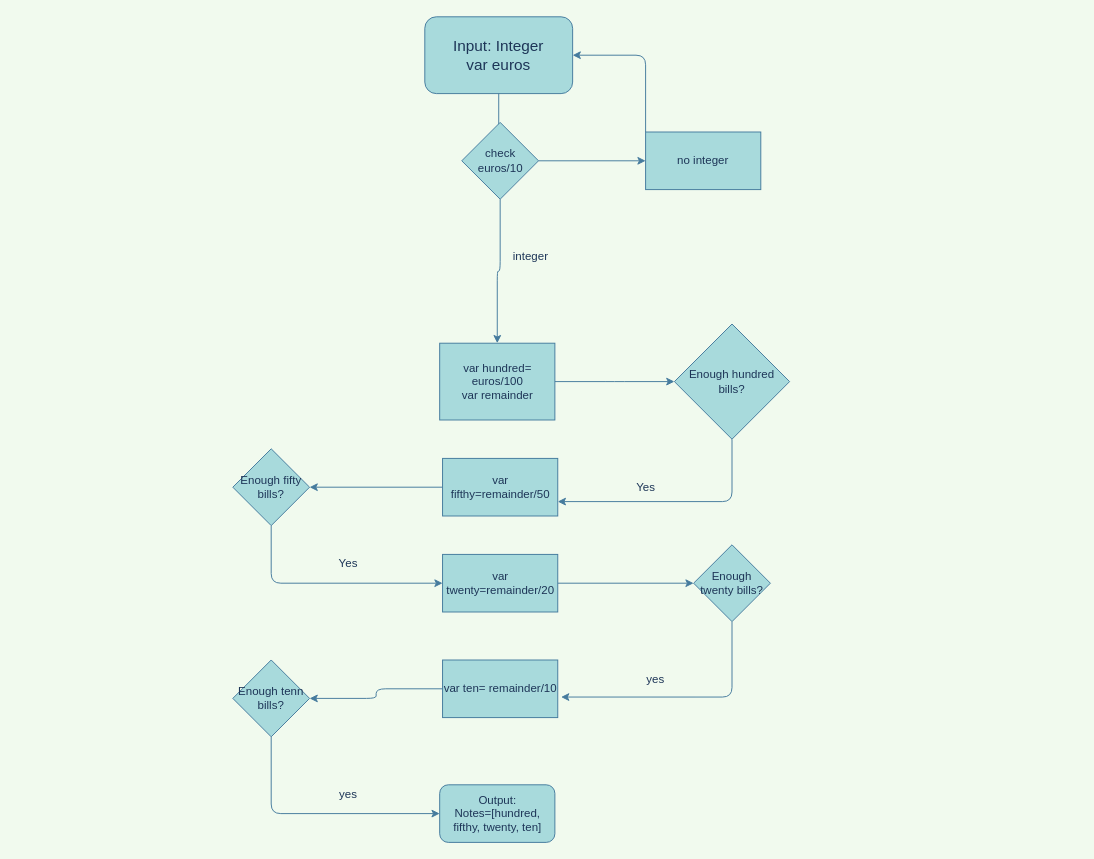
Earlier version of the draw.io diagram intermediate2.drawio (Eikaron/FE21-Algorithms-DAY1-AronMichael). Source tidied: cells renumbered, new cells numbered last; positions are measured from the earlier drawing's top-left corner, leaving out a move shared by most shapes. Both pictures are drawn from the tidied source at 96%, with x=0, y=0 at pixel (232, 16).
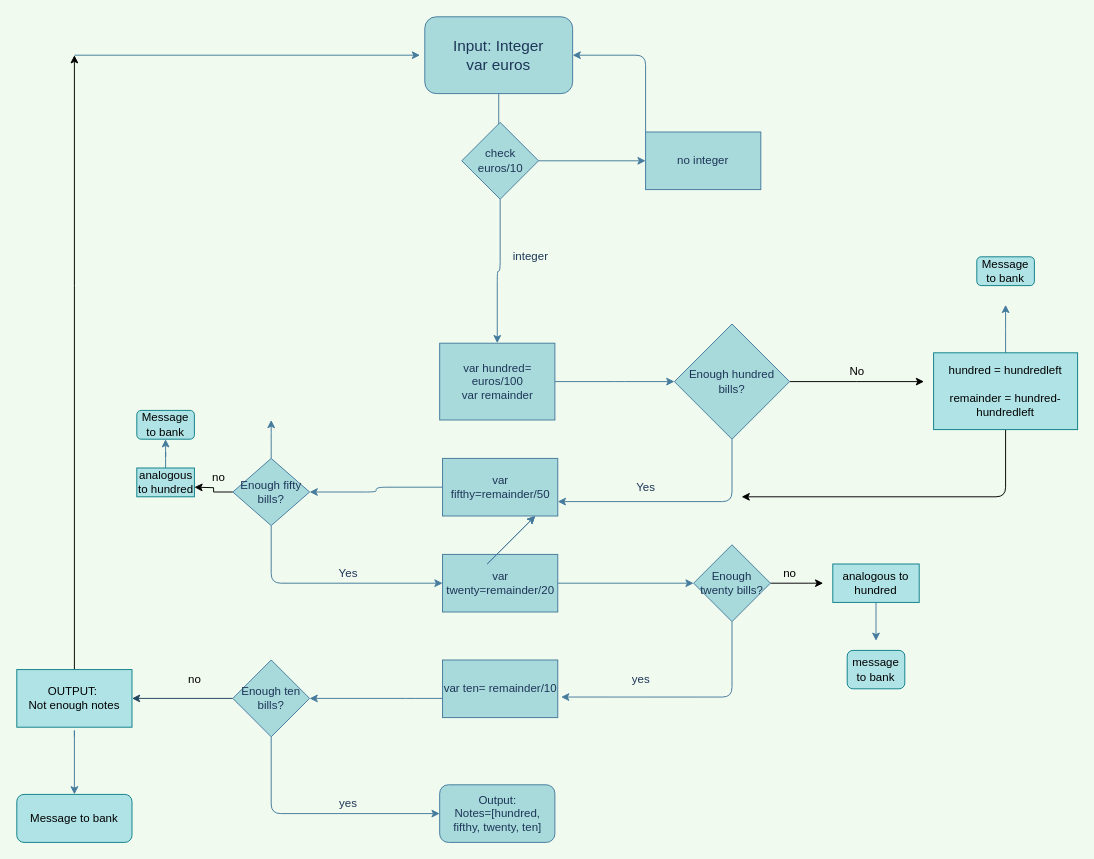
The same diagram, later.

Commit message:
covering missing note cases

The change refers to these unchanged cells:
```xml
<mxCell id="11" value="var ten= remainder/10" style="rounded=0;whiteSpace=wrap;html=1;sketch=0;fontColor=#1D3557;strokeColor=#457B9D;fillColor=#A8DADC;" parent="1" vertex="1">
  <mxGeometry x="218.5" y="670" width="120" height="60" as="geometry" />
</mxCell>
<mxCell id="20" value="Enough hundred bills?" style="rhombus;whiteSpace=wrap;html=1;rounded=0;sketch=0;fontColor=#1D3557;strokeColor=#457B9D;fillColor=#A8DADC;" parent="1" vertex="1">
  <mxGeometry x="460" y="320" width="120" height="120" as="geometry" />
</mxCell>
<mxCell id="26" value="Enough twenty bills?" style="rhombus;whiteSpace=wrap;html=1;rounded=0;sketch=0;fontColor=#1D3557;strokeColor=#457B9D;fillColor=#A8DADC;" parent="1" vertex="1">
  <mxGeometry x="480" y="550" width="80" height="80" as="geometry" />
</mxCell>
```

Change to the diagram source:
```diff
@@
     <mxCell id="10" style="edgeStyle=orthogonalEdgeStyle;curved=0;rounded=1;sketch=0;jettySize=auto;html=1;entryX=1;entryY=0.5;entryDx=0;entryDy=0;fontColor=#1D3557;strokeColor=#457B9D;fillColor=#A8DADC;" parent="1" edge="1" source="11" target="28">
-      <mxGeometry relative="1" as="geometry" />
+      <mxGeometry relative="1" as="geometry">
+        <Array as="points">
+          <mxPoint x="180" y="710" />
+          <mxPoint x="180" y="710" />
+        </Array>
+      </mxGeometry>
     </mxCell>
@@
+    <mxCell id="31" style="edgeStyle=orthogonalEdgeStyle;rounded=0;jettySize=auto;html=1;" parent="1" edge="1" source="20">
+      <mxGeometry relative="1" as="geometry">
+        <mxPoint x="720" y="380" as="targetPoint" />
+      </mxGeometry>
+    </mxCell>
@@
+    <mxCell id="32" style="edgeStyle=orthogonalEdgeStyle;rounded=0;jettySize=auto;html=1;" parent="1" edge="1" source="23">
+      <mxGeometry relative="1" as="geometry">
+        <mxPoint x="-40" y="490" as="targetPoint" />
+      </mxGeometry>
+    </mxCell>
+    <mxCell id="33" style="edgeStyle=orthogonalEdgeStyle;rounded=1;sketch=0;jettySize=auto;html=1;fontColor=#1D3557;strokeColor=#457B9D;fillColor=#A8DADC;" parent="1" edge="1" source="23">
+      <mxGeometry relative="1" as="geometry">
+        <mxPoint x="40" y="420" as="targetPoint" />
+      </mxGeometry>
+    </mxCell>
     <mxCell id="23" value="Enough fifty bills?" style="rhombus;whiteSpace=wrap;html=1;rounded=0;sketch=0;fontColor=#1D3557;strokeColor=#457B9D;fillColor=#A8DADC;" parent="1" vertex="1">
-      <mxGeometry y="450" width="80" height="80" as="geometry" />
+      <mxGeometry y="460" width="80" height="70" as="geometry" />
     </mxCell>
     <mxCell id="24" value="Yes" style="text;html=1;align=center;verticalAlign=middle;strokeColor=none;fontColor=#1D3557;" parent="1" vertex="1">
-      <mxGeometry x="105" y="560" width="30" height="20" as="geometry" />
+      <mxGeometry x="105" y="570" width="30" height="20" as="geometry" />
     </mxCell>
@@
+    <mxCell id="34" style="edgeStyle=orthogonalEdgeStyle;rounded=0;jettySize=auto;html=1;exitX=1;exitY=0.5;exitDx=0;exitDy=0;" parent="1" edge="1" source="26">
+      <mxGeometry relative="1" as="geometry">
+        <mxPoint x="615" y="590" as="targetPoint" />
+        <Array as="points">
+          <mxPoint x="600" y="590" />
+          <mxPoint x="600" y="590" />
+        </Array>
+      </mxGeometry>
+    </mxCell>
@@
+    <mxCell id="35" style="edgeStyle=orthogonalEdgeStyle;rounded=0;jettySize=auto;html=1;exitX=0;exitY=0.5;exitDx=0;exitDy=0;entryX=1;entryY=0.5;entryDx=0;entryDy=0;fillColor=#bac8d3;strokeColor=#23445d;" parent="1" edge="1" source="28" target="44">
+      <mxGeometry relative="1" as="geometry" />
+    </mxCell>
-    <mxCell id="28" value="Enough tenn bills?" style="rhombus;whiteSpace=wrap;html=1;rounded=0;sketch=0;fontColor=#1D3557;strokeColor=#457B9D;fillColor=#A8DADC;" parent="1" vertex="1">
+    <mxCell id="28" value="Enough ten bills?" style="rhombus;whiteSpace=wrap;html=1;rounded=0;sketch=0;fontColor=#1D3557;strokeColor=#457B9D;fillColor=#A8DADC;" parent="1" vertex="1">
       <mxGeometry y="670" width="80" height="80" as="geometry" />
     </mxCell>
     <mxCell id="29" value="yes" style="text;html=1;align=center;verticalAlign=middle;strokeColor=none;fontColor=#1D3557;" parent="1" vertex="1">
-      <mxGeometry x="425" y="680" width="30" height="20" as="geometry" />
+      <mxGeometry x="410" y="680" width="30" height="20" as="geometry" />
     </mxCell>
     <mxCell id="30" value="yes" style="text;html=1;align=center;verticalAlign=middle;strokeColor=none;fontColor=#1D3557;" parent="1" vertex="1">
-      <mxGeometry x="105" y="800" width="30" height="20" as="geometry" />
+      <mxGeometry x="105" y="810" width="30" height="20" as="geometry" />
     </mxCell>
+    <mxCell id="36" value="No" style="text;html=1;align=center;verticalAlign=middle;strokeColor=none;" parent="1" vertex="1">
+      <mxGeometry x="635" y="360" width="30" height="20" as="geometry" />
+    </mxCell>
+    <mxCell id="37" style="edgeStyle=orthogonalEdgeStyle;rounded=1;jettySize=auto;html=1;" parent="1" edge="1" source="39">
+      <mxGeometry relative="1" as="geometry">
+        <mxPoint x="530" y="500" as="targetPoint" />
+        <Array as="points">
+          <mxPoint x="805" y="500" />
+        </Array>
+      </mxGeometry>
+    </mxCell>
+    <mxCell id="38" style="edgeStyle=orthogonalEdgeStyle;rounded=1;sketch=0;jettySize=auto;html=1;fontColor=#1D3557;strokeColor=#457B9D;fillColor=#A8DADC;" parent="1" edge="1" source="39">
+      <mxGeometry relative="1" as="geometry">
+        <mxPoint x="805" y="300" as="targetPoint" />
+      </mxGeometry>
+    </mxCell>
+    <mxCell id="39" value="hundred = hundredleft&lt;br&gt;&lt;br&gt;remainder = hundred-hundredleft" style="whiteSpace=wrap;html=1;fillColor=#b0e3e6;strokeColor=#0e8088;" parent="1" vertex="1">
+      <mxGeometry x="730" y="350" width="150" height="80" as="geometry" />
+    </mxCell>
+    <mxCell id="40" value="no" style="text;html=1;align=center;verticalAlign=middle;strokeColor=none;" parent="1" vertex="1">
+      <mxGeometry x="-55" y="680" width="30" height="20" as="geometry" />
+    </mxCell>
+    <mxCell id="41" value="no&lt;br&gt;" style="text;html=1;align=center;verticalAlign=middle;strokeColor=none;" parent="1" vertex="1">
+      <mxGeometry x="565" y="570" width="30" height="20" as="geometry" />
+    </mxCell>
+    <mxCell id="42" value="no" style="text;html=1;align=center;verticalAlign=middle;strokeColor=none;" parent="1" vertex="1">
+      <mxGeometry x="-30" y="470" width="30" height="20" as="geometry" />
+    </mxCell>
+    <mxCell id="43" style="edgeStyle=orthogonalEdgeStyle;rounded=0;jettySize=auto;html=1;" parent="1" edge="1" source="44">
+      <mxGeometry relative="1" as="geometry">
+        <mxPoint x="-165" y="40" as="targetPoint" />
+        <Array as="points">
+          <mxPoint x="-165" y="280" />
+        </Array>
+      </mxGeometry>
+    </mxCell>
+    <mxCell id="44" value="OUTPUT:&amp;nbsp;&lt;br&gt;Not enough notes" style="rounded=0;whiteSpace=wrap;html=1;fillColor=#b0e3e6;strokeColor=#0e8088;" parent="1" vertex="1">
+      <mxGeometry x="-225" y="680" width="120" height="60" as="geometry" />
+    </mxCell>
+    <mxCell id="45" style="endArrow=classic;html=1;fontColor=#1D3557;strokeColor=#457B9D;fillColor=#A8DADC;" parent="1" edge="1">
+      <mxGeometry relative="1" as="geometry">
+        <mxPoint x="-165" y="40" as="sourcePoint" />
+        <mxPoint x="195" y="40" as="targetPoint" />
+      </mxGeometry>
+    </mxCell>
+    <mxCell id="46" style="endArrow=classic;html=1;fontColor=#1D3557;strokeColor=#457B9D;fillColor=#A8DADC;" parent="1" edge="1" target="47">
+      <mxGeometry relative="1" as="geometry">
+        <mxPoint x="-165" y="750" as="sourcePoint" />
+        <Array as="points">
+          <mxPoint x="-165" y="740" />
+        </Array>
+      </mxGeometry>
+    </mxCell>
+    <mxCell id="47" value="Message to bank" style="rounded=1;whiteSpace=wrap;html=1;fillColor=#b0e3e6;strokeColor=#0e8088;" parent="1" vertex="1">
+      <mxGeometry x="-225" y="810" width="120" height="50" as="geometry" />
+    </mxCell>
+    <mxCell id="48" value="Message to bank" style="rounded=1;whiteSpace=wrap;html=1;fillColor=#b0e3e6;strokeColor=#0e8088;" parent="1" vertex="1">
+      <mxGeometry x="-100" y="410" width="60" height="30" as="geometry" />
+    </mxCell>
+    <mxCell id="49" value="Message to bank" style="rounded=1;whiteSpace=wrap;html=1;fillColor=#b0e3e6;strokeColor=#0e8088;" parent="1" vertex="1">
+      <mxGeometry x="775" y="250" width="60" height="30" as="geometry" />
+    </mxCell>
+    <mxCell id="50" style="endArrow=classic;html=1;fontColor=#1D3557;strokeColor=#457B9D;fillColor=#A8DADC;" parent="1" edge="1">
+      <mxGeometry relative="1" as="geometry">
+        <mxPoint x="265" y="570" as="sourcePoint" />
+        <mxPoint x="315" y="520" as="targetPoint" />
+      </mxGeometry>
+    </mxCell>
+    <mxCell id="51" style="endArrow=classic;html=1;fontColor=#1D3557;strokeColor=#457B9D;fillColor=#A8DADC;" parent="1" edge="1">
+      <mxGeometry relative="1" as="geometry">
+        <mxPoint x="265" y="570" as="sourcePoint" />
+        <mxPoint x="315" y="520" as="targetPoint" />
+      </mxGeometry>
+    </mxCell>
+    <mxCell id="52" style="edgeStyle=orthogonalEdgeStyle;rounded=1;sketch=0;jettySize=auto;html=1;entryX=0.5;entryY=1;entryDx=0;entryDy=0;fontColor=#1D3557;strokeColor=#457B9D;fillColor=#A8DADC;" parent="1" edge="1" source="53" target="48">
+      <mxGeometry relative="1" as="geometry" />
+    </mxCell>
+    <mxCell id="53" style="rounded=0;whiteSpace=wrap;html=1;fillColor=#b0e3e6;strokeColor=#0e8088;" parent="1" vertex="1">
+      <mxGeometry x="-100" y="470" width="60" height="30" as="geometry" />
+    </mxCell>
+    <mxCell id="54" value="analogous &lt;br&gt;to hundred" style="text;html=1;align=center;verticalAlign=middle;strokeColor=none;" parent="1" vertex="1">
+      <mxGeometry x="-105" y="470" width="70" height="30" as="geometry" />
+    </mxCell>
+    <mxCell id="55" style="edgeStyle=orthogonalEdgeStyle;rounded=1;sketch=0;jettySize=auto;html=1;fontColor=#1D3557;strokeColor=#457B9D;fillColor=#A8DADC;" parent="1" edge="1" source="56">
+      <mxGeometry relative="1" as="geometry">
+        <mxPoint x="670" y="650" as="targetPoint" />
+      </mxGeometry>
+    </mxCell>
+    <mxCell id="56" value="analogous to hundred" style="whiteSpace=wrap;html=1;fillColor=#b0e3e6;strokeColor=#0e8088;" parent="1" vertex="1">
+      <mxGeometry x="625" y="570" width="90" height="40" as="geometry" />
+    </mxCell>
+    <mxCell id="57" value="message to bank" style="rounded=1;whiteSpace=wrap;html=1;strokeColor=#0e8088;fillColor=#b0e3e6;" parent="1" vertex="1">
+      <mxGeometry x="640" y="660" width="60" height="40" as="geometry" />
+    </mxCell>
```
